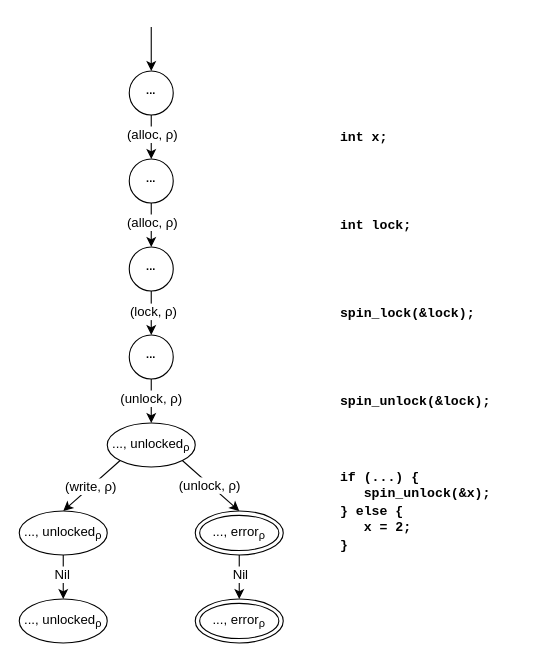
The draw.io diagram algorithm/figures/cfg_unlock-product.drawio in andersfischernielsen/Finding-Resource-Manipulation-Bugs-with-Monitor-Automata-on-the-Example-of-the-Linux-Kernel, before the edit. Source tidied: cells renumbered, new cells numbered last; positions are measured from the earlier drawing's top-left corner, leaving out a move shared by most shapes. Both pictures are drawn from the tidied source at 110%, with x=0, y=0 at pixel (19, 26).
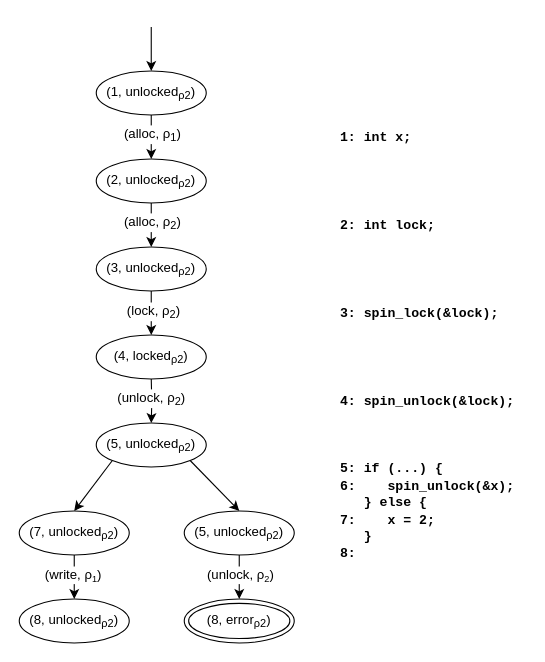
Above is the later version.

Change to the diagram source:
```diff
@@
     <mxCell id="2" style="group;" parent="1" vertex="1">
-      <mxGeometry x="290" y="90" width="150" height="390" as="geometry" />
+      <mxGeometry x="290" y="90" width="170" height="400" as="geometry" />
     </mxCell>
-    <mxCell id="3" value="&lt;font face=&quot;Courier New&quot;&gt;int lock;&lt;/font&gt;" style="text;html=1;align=left;verticalAlign=middle;fontStyle=1;" parent="2" vertex="1">
-      <mxGeometry y="80" width="80" height="20" as="geometry" />
+    <mxCell id="3" value="&lt;font face=&quot;Courier New&quot;&gt;2: int lock;&lt;/font&gt;" style="text;html=1;align=left;verticalAlign=middle;fontStyle=1;" parent="2" vertex="1">
+      <mxGeometry y="80" width="100" height="20" as="geometry" />
     </mxCell>
-    <mxCell id="4" value="&lt;font face=&quot;Courier New&quot;&gt;spin_unlock(&amp;amp;lock);&lt;/font&gt;" style="text;html=1;align=left;verticalAlign=middle;fontStyle=1;" parent="2" vertex="1">
-      <mxGeometry y="240" width="150" height="20" as="geometry" />
+    <mxCell id="4" value="&lt;font face=&quot;Courier New&quot;&gt;4: spin_unlock(&amp;amp;lock);&lt;/font&gt;" style="text;html=1;align=left;verticalAlign=middle;fontStyle=1;" parent="2" vertex="1">
+      <mxGeometry y="240" width="170" height="20" as="geometry" />
     </mxCell>
-    <mxCell id="5" value="&lt;font face=&quot;Courier New&quot;&gt;if (...) { &lt;br&gt;&amp;nbsp; &amp;nbsp;spin_unlock(&amp;amp;x);&lt;/font&gt;&lt;font face=&quot;Courier New&quot;&gt;&lt;br&gt;} else { &lt;br&gt;&amp;nbsp; &amp;nbsp;x = 2;&lt;/font&gt;&lt;font face=&quot;Courier New&quot;&gt;&lt;br&gt;}&lt;/font&gt;" style="text;html=1;align=left;verticalAlign=middle;fontStyle=1;" parent="2" vertex="1">
-      <mxGeometry y="310" width="150" height="80" as="geometry" />
+    <mxCell id="5" value="&lt;font face=&quot;Courier New&quot;&gt;5: if (...) { &lt;br&gt;6:&amp;nbsp; &amp;nbsp; spin_unlock(&amp;amp;x);&lt;/font&gt;&lt;font face=&quot;Courier New&quot;&gt;&lt;br&gt;&amp;nbsp; &amp;nbsp;} else { &lt;br&gt;7:&amp;nbsp; &amp;nbsp; x = 2;&lt;/font&gt;&lt;font face=&quot;Courier New&quot;&gt;&lt;br&gt;&amp;nbsp; &amp;nbsp;}&lt;br&gt;8:&amp;nbsp;&lt;br&gt;&lt;/font&gt;" style="text;html=1;align=left;verticalAlign=middle;fontStyle=1;" parent="2" vertex="1">
+      <mxGeometry y="300" width="170" height="100" as="geometry" />
     </mxCell>
-    <mxCell id="6" value="&lt;font face=&quot;Courier New&quot;&gt;spin_lock(&amp;amp;lock);&lt;/font&gt;" style="text;html=1;align=left;verticalAlign=middle;fontStyle=1;" parent="2" vertex="1">
-      <mxGeometry y="160" width="140" height="20" as="geometry" />
+    <mxCell id="6" value="&lt;font face=&quot;Courier New&quot;&gt;3: spin_lock(&amp;amp;lock);&lt;/font&gt;" style="text;html=1;align=left;verticalAlign=middle;fontStyle=1;" parent="2" vertex="1">
+      <mxGeometry y="160" width="160" height="20" as="geometry" />
     </mxCell>
-    <mxCell id="7" value="&lt;font face=&quot;Courier New&quot;&gt;int x;&lt;/font&gt;" style="text;html=1;align=left;verticalAlign=middle;fontStyle=1;" parent="2" vertex="1">
-      <mxGeometry width="60" height="20" as="geometry" />
+    <mxCell id="7" value="&lt;font face=&quot;Courier New&quot;&gt;1: int x;&lt;/font&gt;" style="text;html=1;align=left;verticalAlign=middle;fontStyle=1;" parent="2" vertex="1">
+      <mxGeometry width="80" height="20" as="geometry" />
     </mxCell>
-    <mxCell id="8" style="group;" parent="1" vertex="1">
-      <mxGeometry width="240" height="560" as="geometry" />
-    </mxCell>
-    <mxCell id="9" value="&lt;font style=&quot;font-size: 12px&quot;&gt;...,&amp;nbsp;unlocked&lt;sub&gt;ρ&lt;/sub&gt;&lt;/font&gt;" style="ellipse;whiteSpace=wrap;html=1;fontSize=10;" parent="8" vertex="1">
-      <mxGeometry x="80" y="360" width="80" height="40" as="geometry" />
-    </mxCell>
-    <mxCell id="10" value="&lt;font style=&quot;font-size: 12px&quot;&gt;...,&amp;nbsp;unlocked&lt;sub&gt;ρ&lt;/sub&gt;&lt;/font&gt;" style="ellipse;whiteSpace=wrap;html=1;fontSize=10;" parent="8" vertex="1">
-      <mxGeometry y="440" width="80" height="40" as="geometry" />
+    <mxCell id="10" value="&lt;font style=&quot;font-size: 12px&quot;&gt;(7, unlocked&lt;sub&gt;ρ2&lt;/sub&gt;)&lt;/font&gt;" style="ellipse;whiteSpace=wrap;html=1;fontSize=10;fontStyle=0;verticalAlign=middle;spacingTop=0;" parent="1" vertex="1">
+      <mxGeometry y="440" width="100" height="40" as="geometry" />
     </mxCell>
-    <mxCell id="11" style="rounded=0;jettySize=auto;html=1;exitX=0;exitY=1;exitDx=0;exitDy=0;entryX=0.5;entryY=0;entryDx=0;entryDy=0;fontSize=10;" parent="8" edge="1" source="9" target="10">
+    <mxCell id="11" style="rounded=0;jettySize=auto;html=1;exitX=0;exitY=1;exitDx=0;exitDy=0;entryX=0.5;entryY=0;entryDx=0;entryDy=0;fontSize=10;" parent="1" edge="1" source="9" target="10">
       <mxGeometry relative="1" as="geometry" />
     </mxCell>
-    <mxCell id="12" value="&lt;span style=&quot;font-size: 12px&quot;&gt;(write,&amp;nbsp;ρ)&lt;/span&gt;" style="text;html=1;align=center;verticalAlign=middle;labelBackgroundColor=#ffffff;fontSize=10;" parent="11" vertex="1">
-      <mxGeometry x="0.06" y="-1" relative="1" as="geometry">
-        <mxPoint x="1" as="offset" />
-      </mxGeometry>
-    </mxCell>
-    <mxCell id="13" value="&lt;font style=&quot;font-size: 12px&quot;&gt;&lt;span style=&quot;white-space: normal&quot;&gt;..., error&lt;/span&gt;&lt;span style=&quot;white-space: normal&quot;&gt;&lt;sub&gt;ρ&lt;/sub&gt;&lt;/span&gt;&lt;/font&gt;" style="ellipse;shape=doubleEllipse;whiteSpace=wrap;html=1;fontSize=10;" parent="8" vertex="1">
-      <mxGeometry x="160" y="440" width="80" height="40" as="geometry" />
-    </mxCell>
-    <mxCell id="14" style="rounded=0;jettySize=auto;html=1;exitX=1;exitY=1;exitDx=0;exitDy=0;entryX=0.5;entryY=0;entryDx=0;entryDy=0;fontSize=10;" parent="8" edge="1" source="9" target="13">
-      <mxGeometry relative="1" as="geometry" />
+    <mxCell id="14" style="rounded=0;jettySize=auto;html=1;exitX=1;exitY=1;exitDx=0;exitDy=0;entryX=0.5;entryY=0;entryDx=0;entryDy=0;fontSize=10;" parent="1" edge="1" source="9">
+      <mxGeometry relative="1" as="geometry">
+        <mxPoint x="200" y="440" as="targetPoint" />
+      </mxGeometry>
     </mxCell>
-    <mxCell id="15" value="&lt;span style=&quot;font-size: 12px&quot;&gt;(unlock,&amp;nbsp;ρ)&lt;/span&gt;" style="text;html=1;align=center;verticalAlign=middle;labelBackgroundColor=#ffffff;fontSize=10;" parent="14" vertex="1">
-      <mxGeometry x="-0.11" y="1" relative="1" as="geometry">
-        <mxPoint y="3" as="offset" />
-      </mxGeometry>
-    </mxCell>
-    <mxCell id="16" value="&lt;font style=&quot;font-size: 12px&quot;&gt;&lt;span style=&quot;white-space: normal&quot;&gt;..., error&lt;/span&gt;&lt;span style=&quot;white-space: normal&quot;&gt;&lt;sub&gt;ρ&lt;/sub&gt;&lt;/span&gt;&lt;/font&gt;" style="ellipse;shape=doubleEllipse;whiteSpace=wrap;html=1;fontSize=10;" parent="8" vertex="1">
-      <mxGeometry x="160" y="520" width="80" height="40" as="geometry" />
+    <mxCell id="16" value="&lt;font style=&quot;font-size: 12px&quot;&gt;&lt;span style=&quot;white-space: normal&quot;&gt;(8, error&lt;/span&gt;&lt;span style=&quot;white-space: normal&quot;&gt;&lt;sub&gt;ρ2&lt;/sub&gt;)&lt;/span&gt;&lt;/font&gt;" style="ellipse;shape=doubleEllipse;whiteSpace=wrap;html=1;fontSize=10;fontStyle=0;verticalAlign=middle;spacingTop=0;" parent="1" vertex="1">
+      <mxGeometry x="150" y="520" width="100" height="40" as="geometry" />
     </mxCell>
-    <mxCell id="17" style="rounded=0;jettySize=auto;html=1;exitX=0.5;exitY=1;exitDx=0;exitDy=0;fontSize=10;entryX=0.5;entryY=0;entryDx=0;entryDy=0;" parent="8" edge="1" source="10" target="34">
+    <mxCell id="17" style="rounded=0;jettySize=auto;html=1;exitX=0.5;exitY=1;exitDx=0;exitDy=0;fontSize=10;entryX=0.5;entryY=0;entryDx=0;entryDy=0;" parent="1" edge="1" source="10" target="34">
       <mxGeometry relative="1" as="geometry" />
     </mxCell>
-    <mxCell id="18" value="&lt;font style=&quot;font-size: 12px&quot;&gt;Nil&lt;/font&gt;" style="text;html=1;align=center;verticalAlign=middle;labelBackgroundColor=#ffffff;fontSize=10;" parent="17" vertex="1">
+    <mxCell id="18" value="&lt;span style=&quot;font-size: 12px&quot;&gt;(write,&amp;nbsp;ρ&lt;/span&gt;&lt;sub&gt;1&lt;/sub&gt;&lt;span style=&quot;font-size: 12px&quot;&gt;)&lt;/span&gt;" style="text;html=1;align=center;verticalAlign=middle;labelBackgroundColor=#ffffff;fontSize=10;" parent="17" vertex="1">
       <mxGeometry x="-0.14" y="-2" relative="1" as="geometry" />
     </mxCell>
-    <mxCell id="19" style="rounded=0;jettySize=auto;html=1;exitX=0.5;exitY=1;exitDx=0;exitDy=0;fontSize=10;entryX=0.5;entryY=0;entryDx=0;entryDy=0;" parent="8" edge="1" source="13" target="16">
-      <mxGeometry relative="1" as="geometry" />
+    <mxCell id="19" style="rounded=0;jettySize=auto;html=1;exitX=0.5;exitY=1;exitDx=0;exitDy=0;fontSize=10;entryX=0.5;entryY=0;entryDx=0;entryDy=0;" parent="1" edge="1" target="16">
+      <mxGeometry relative="1" as="geometry">
+        <mxPoint x="200" y="480" as="sourcePoint" />
+      </mxGeometry>
     </mxCell>
-    <mxCell id="20" value="&lt;font style=&quot;font-size: 12px&quot;&gt;Nil&lt;/font&gt;" style="text;html=1;align=center;verticalAlign=middle;labelBackgroundColor=#ffffff;fontSize=10;" parent="19" vertex="1">
+    <mxCell id="20" value="&lt;span style=&quot;font-size: 12px&quot;&gt;(unlock,&amp;nbsp;ρ&lt;/span&gt;&lt;sub&gt;2&lt;/sub&gt;&lt;span style=&quot;font-size: 12px&quot;&gt;)&lt;/span&gt;" style="text;html=1;align=center;verticalAlign=middle;labelBackgroundColor=#ffffff;fontSize=10;" parent="19" vertex="1">
       <mxGeometry x="-0.12" y="1" relative="1" as="geometry">
         <mxPoint x="-1" y="-1" as="offset" />
       </mxGeometry>
     </mxCell>
-    <mxCell id="21" value="&lt;sup&gt;...&lt;/sup&gt;" style="ellipse;whiteSpace=wrap;html=1;fontStyle=1;" parent="8" vertex="1">
-      <mxGeometry x="100" y="200" width="40" height="40" as="geometry" />
-    </mxCell>
-    <mxCell id="22" style="endArrow=classic;html=1;entryX=0.5;entryY=0;entryDx=0;entryDy=0;exitX=0.5;exitY=1;exitDx=0;exitDy=0;" parent="8" edge="1" source="29" target="21">
-      <mxGeometry relative="1" as="geometry" />
+    <mxCell id="22" style="endArrow=classic;html=1;exitX=0.5;exitY=1;exitDx=0;exitDy=0;entryX=0.5;entryY=0;entryDx=0;entryDy=0;" parent="1" edge="1" target="36">
+      <mxGeometry relative="1" as="geometry">
+        <mxPoint x="120" y="160" as="sourcePoint" />
+      </mxGeometry>
     </mxCell>
-    <mxCell id="23" value="(alloc, ρ)" style="text;html=1;align=center;verticalAlign=middle;labelBackgroundColor=#ffffff;" parent="22" vertex="1">
+    <mxCell id="23" value="(alloc, ρ&lt;sub&gt;2&lt;/sub&gt;)" style="text;html=1;align=center;verticalAlign=middle;labelBackgroundColor=#ffffff;" parent="22" vertex="1">
       <mxGeometry x="-0.4" y="1" relative="1" as="geometry">
         <mxPoint x="-1" y="5" as="offset" />
       </mxGeometry>
     </mxCell>
-    <mxCell id="24" style="endArrow=classic;html=1;exitX=0.5;exitY=1;exitDx=0;exitDy=0;entryX=0.5;entryY=0;entryDx=0;entryDy=0;" parent="8" edge="1" source="21" target="28">
-      <mxGeometry relative="1" as="geometry" />
+    <mxCell id="24" style="endArrow=classic;html=1;exitX=0.5;exitY=1;exitDx=0;exitDy=0;entryX=0.5;entryY=0;entryDx=0;entryDy=0;" parent="1" edge="1" target="35">
+      <mxGeometry relative="1" as="geometry">
+        <mxPoint x="120" y="240" as="sourcePoint" />
+      </mxGeometry>
     </mxCell>
-    <mxCell id="25" value="(lock, ρ)" style="text;html=1;align=center;verticalAlign=middle;labelBackgroundColor=#ffffff;" parent="24" vertex="1">
+    <mxCell id="25" value="(lock, ρ&lt;sub&gt;2&lt;/sub&gt;)" style="text;html=1;align=center;verticalAlign=middle;labelBackgroundColor=#ffffff;" parent="24" vertex="1">
       <mxGeometry x="-0.2" y="1" relative="1" as="geometry">
         <mxPoint y="2" as="offset" />
       </mxGeometry>
     </mxCell>
-    <mxCell id="26" style="edgeStyle=orthogonalEdgeStyle;rounded=0;jettySize=auto;html=1;exitX=0.5;exitY=1;exitDx=0;exitDy=0;entryX=0.5;entryY=0;entryDx=0;entryDy=0;fontSize=10;" parent="8" edge="1" source="28" target="9">
-      <mxGeometry relative="1" as="geometry" />
+    <mxCell id="26" style="edgeStyle=orthogonalEdgeStyle;rounded=0;jettySize=auto;html=1;exitX=0.5;exitY=1;exitDx=0;exitDy=0;entryX=0.5;entryY=0;entryDx=0;entryDy=0;fontSize=10;" parent="1" edge="1" target="9">
+      <mxGeometry relative="1" as="geometry">
+        <mxPoint x="120" y="320" as="sourcePoint" />
+      </mxGeometry>
     </mxCell>
-    <mxCell id="27" value="&lt;span style=&quot;font-size: 12px&quot;&gt;(unlock, ρ)&lt;/span&gt;" style="text;html=1;align=center;verticalAlign=middle;labelBackgroundColor=#ffffff;fontSize=10;" parent="26" vertex="1">
+    <mxCell id="27" value="&lt;span style=&quot;font-size: 12px&quot;&gt;(unlock, ρ&lt;sub&gt;2&lt;/sub&gt;)&lt;/span&gt;" style="text;html=1;align=center;verticalAlign=middle;labelBackgroundColor=#ffffff;fontSize=10;" parent="26" vertex="1">
       <mxGeometry x="-0.15" y="-1" relative="1" as="geometry" />
     </mxCell>
-    <mxCell id="28" value="&lt;sup&gt;...&lt;/sup&gt;" style="ellipse;whiteSpace=wrap;html=1;fontStyle=1;" parent="8" vertex="1">
-      <mxGeometry x="100" y="280" width="40" height="40" as="geometry" />
-    </mxCell>
-    <mxCell id="29" value="&lt;sup&gt;...&lt;/sup&gt;" style="ellipse;whiteSpace=wrap;html=1;fontStyle=1;" parent="8" vertex="1">
-      <mxGeometry x="100" y="120" width="40" height="40" as="geometry" />
-    </mxCell>
-    <mxCell id="30" style="endArrow=classic;html=1;entryX=0.5;entryY=0;entryDx=0;entryDy=0;exitX=0.5;exitY=1;exitDx=0;exitDy=0;" parent="8" edge="1" source="32" target="29">
-      <mxGeometry relative="1" as="geometry" />
+    <mxCell id="30" style="endArrow=classic;html=1;exitX=0.5;exitY=1;exitDx=0;exitDy=0;entryX=0.5;entryY=0;entryDx=0;entryDy=0;" parent="1" edge="1" target="37">
+      <mxGeometry relative="1" as="geometry">
+        <mxPoint x="120" y="80" as="sourcePoint" />
+      </mxGeometry>
     </mxCell>
-    <mxCell id="31" value="(alloc, ρ)" style="text;html=1;align=center;verticalAlign=middle;labelBackgroundColor=#ffffff;" parent="30" vertex="1">
+    <mxCell id="31" value="(alloc, ρ&lt;sub&gt;1&lt;/sub&gt;)" style="text;html=1;align=center;verticalAlign=middle;labelBackgroundColor=#ffffff;" parent="30" vertex="1">
       <mxGeometry x="-0.05" relative="1" as="geometry">
         <mxPoint y="-2" as="offset" />
       </mxGeometry>
     </mxCell>
-    <mxCell id="32" value="&lt;sup&gt;...&lt;/sup&gt;" style="ellipse;whiteSpace=wrap;html=1;fontStyle=1;" parent="8" vertex="1">
-      <mxGeometry x="100" y="40" width="40" height="40" as="geometry" />
-    </mxCell>
-    <mxCell id="33" style="endArrow=classic;html=1;entryX=0.5;entryY=0;entryDx=0;entryDy=0;" parent="8" edge="1" target="32">
+    <mxCell id="33" style="endArrow=classic;html=1;entryX=0.5;entryY=0;entryDx=0;entryDy=0;" parent="1" edge="1" target="38">
       <mxGeometry relative="1" as="geometry">
         <mxPoint x="120" as="sourcePoint" />
       </mxGeometry>
     </mxCell>
-    <mxCell id="34" value="&lt;font style=&quot;font-size: 12px&quot;&gt;...,&amp;nbsp;unlocked&lt;sub&gt;ρ&lt;/sub&gt;&lt;/font&gt;" style="ellipse;whiteSpace=wrap;html=1;fontSize=10;" parent="8" vertex="1">
-      <mxGeometry y="520" width="80" height="40" as="geometry" />
+    <mxCell id="34" value="&lt;font style=&quot;font-size: 12px&quot;&gt;(8,&amp;nbsp;unlocked&lt;sub&gt;ρ2&lt;/sub&gt;)&lt;/font&gt;" style="ellipse;whiteSpace=wrap;html=1;fontSize=10;fontStyle=0;verticalAlign=middle;spacingTop=0;" parent="1" vertex="1">
+      <mxGeometry y="520" width="100" height="40" as="geometry" />
     </mxCell>
+    <mxCell id="9" value="&lt;font style=&quot;font-size: 12px&quot;&gt;(5,&amp;nbsp;unlocked&lt;sub&gt;ρ2&lt;/sub&gt;)&lt;/font&gt;" style="ellipse;whiteSpace=wrap;html=1;fontSize=10;fontStyle=0;verticalAlign=middle;spacingTop=0;" parent="1" vertex="1">
+      <mxGeometry x="70" y="360" width="100" height="40" as="geometry" />
+    </mxCell>
+    <mxCell id="35" value="&lt;font style=&quot;font-size: 12px&quot;&gt;(4, locked&lt;sub&gt;ρ2&lt;/sub&gt;)&lt;/font&gt;" style="ellipse;whiteSpace=wrap;html=1;fontSize=10;fontStyle=0;verticalAlign=middle;spacingTop=0;" parent="1" vertex="1">
+      <mxGeometry x="70" y="280" width="100" height="40" as="geometry" />
+    </mxCell>
+    <mxCell id="36" value="&lt;font style=&quot;font-size: 12px&quot;&gt;(3,&amp;nbsp;unlocked&lt;sub&gt;ρ2&lt;/sub&gt;&lt;/font&gt;&lt;span style=&quot;font-size: 12px&quot;&gt;)&lt;/span&gt;" style="ellipse;whiteSpace=wrap;html=1;fontSize=10;fontStyle=0;verticalAlign=middle;spacingTop=0;" parent="1" vertex="1">
+      <mxGeometry x="70" y="200" width="100" height="40" as="geometry" />
+    </mxCell>
+    <mxCell id="37" value="&lt;font style=&quot;font-size: 12px&quot;&gt;(2,&amp;nbsp;unlocked&lt;sub&gt;ρ2&lt;/sub&gt;&lt;/font&gt;&lt;span style=&quot;font-size: 12px&quot;&gt;)&lt;/span&gt;" style="ellipse;whiteSpace=wrap;html=1;fontSize=10;fontStyle=0;verticalAlign=middle;spacingTop=0;" parent="1" vertex="1">
+      <mxGeometry x="70" y="120" width="100" height="40" as="geometry" />
+    </mxCell>
+    <mxCell id="38" value="&lt;font style=&quot;font-size: 12px&quot;&gt;(1,&amp;nbsp;unlocked&lt;sub&gt;ρ2&lt;/sub&gt;)&lt;/font&gt;" style="ellipse;whiteSpace=wrap;html=1;fontSize=10;fontStyle=0;verticalAlign=middle;spacingTop=0;" parent="1" vertex="1">
+      <mxGeometry x="70" y="40" width="100" height="40" as="geometry" />
+    </mxCell>
+    <mxCell id="39" value="&lt;font style=&quot;font-size: 12px&quot;&gt;(5,&amp;nbsp;unlocked&lt;sub&gt;ρ2&lt;/sub&gt;)&lt;/font&gt;" style="ellipse;whiteSpace=wrap;html=1;fontSize=10;fontStyle=0;verticalAlign=middle;spacingTop=0;" parent="1" vertex="1">
+      <mxGeometry x="150" y="440" width="100" height="40" as="geometry" />
+    </mxCell>
```
